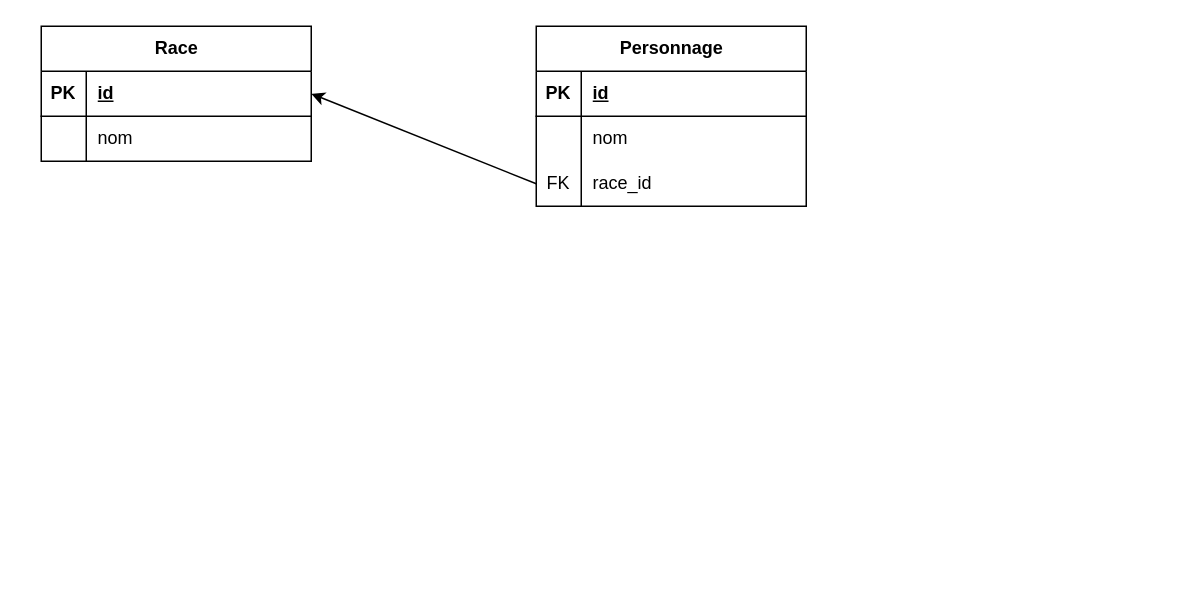
Before: seigneur_Des_anneaux.drawio in Caven15/demo_sql_alchemy, a draw.io diagram. Source tidied: cells renumbered, new cells numbered last; positions are measured from the earlier drawing's top-left corner, leaving out a move shared by most shapes. Both pictures are drawn from the tidied source at 150%, with x=0, y=0 at pixel (40, 26).
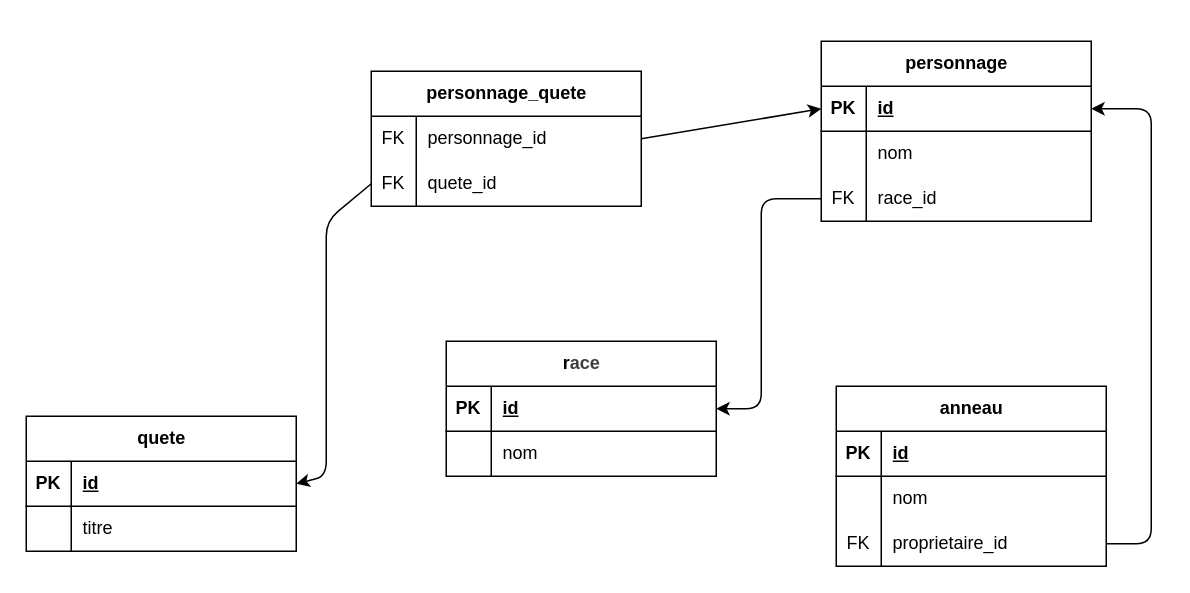
The same diagram, later.

Unchanged cells that the change refers to:
```xml
<mxCell id="3" style="shape=tableRow;horizontal=0;startSize=0;swimlaneHead=0;swimlaneBody=0;fillColor=none;points=[[0,0.5],[1,0.5]];portConstraint=eastwest;top=0;left=0;right=0;bottom=1;" parent="2" vertex="1">
  <mxGeometry y="30" width="180" height="30" as="geometry" />
</mxCell>
<mxCell id="10" style="shape=tableRow;horizontal=0;startSize=0;swimlaneHead=0;swimlaneBody=0;fillColor=none;points=[[0,0.5],[1,0.5]];portConstraint=eastwest;top=0;left=0;right=0;bottom=1;" parent="9" vertex="1">
  <mxGeometry y="30" width="180" height="30" as="geometry" />
</mxCell>
<mxCell id="16" style="shape=tableRow;horizontal=0;startSize=0;swimlaneHead=0;swimlaneBody=0;fillColor=none;points=[[0,0.5],[1,0.5]];portConstraint=eastwest;top=0;left=0;right=0;bottom=0;" parent="9" vertex="1">
  <mxGeometry y="90" width="180" height="30" as="geometry" />
</mxCell>
```

Diff of the diagram source:
```diff
@@
-    <mxCell id="2" value="Race" style="shape=table;startSize=30;childLayout=tableLayout;rowLines=0;fontStyle=1;align=center;html=1;" parent="1" vertex="1">
-      <mxGeometry width="180" height="90" as="geometry" />
+    <mxCell id="2" value="r&lt;span style=&quot;color: rgb(63, 63, 63); background-color: transparent;&quot;&gt;ace&lt;/span&gt;" style="shape=table;startSize=30;childLayout=tableLayout;rowLines=0;fontStyle=1;align=center;html=1;" parent="1" vertex="1">
+      <mxGeometry x="270" y="210" width="180" height="90" as="geometry" />
     </mxCell>
@@
-    <mxCell id="9" value="Personnage" style="shape=table;startSize=30;childLayout=tableLayout;rowLines=0;fontStyle=1;align=center;html=1;" parent="1" vertex="1">
-      <mxGeometry x="330" width="180" height="120" as="geometry" />
+    <mxCell id="9" value="personnage" style="shape=table;startSize=30;childLayout=tableLayout;rowLines=0;fontStyle=1;align=center;html=1;" parent="1" vertex="1">
+      <mxGeometry x="520" y="10" width="180" height="120" as="geometry" />
     </mxCell>
@@
     <mxCell id="19" style="edgeStyle=none;html=1;exitX=0;exitY=0.5;exitDx=0;exitDy=0;entryX=1;entryY=0.5;entryDx=0;entryDy=0;" parent="1" edge="1" source="16" target="3">
-      <mxGeometry relative="1" as="geometry" />
+      <mxGeometry relative="1" as="geometry">
+        <Array as="points">
+          <mxPoint x="480" y="115" />
+          <mxPoint x="480" y="255" />
+        </Array>
+      </mxGeometry>
     </mxCell>
+    <mxCell id="20" value="quete" style="shape=table;startSize=30;childLayout=tableLayout;rowLines=0;fontStyle=1;align=center;html=1;" parent="1" vertex="1">
+      <mxGeometry x="-10" y="260" width="180" height="90" as="geometry" />
+    </mxCell>
+    <mxCell id="21" style="shape=tableRow;horizontal=0;startSize=0;swimlaneHead=0;swimlaneBody=0;fillColor=none;points=[[0,0.5],[1,0.5]];portConstraint=eastwest;top=0;left=0;right=0;bottom=1;" parent="20" vertex="1">
+      <mxGeometry y="30" width="180" height="30" as="geometry" />
+    </mxCell>
+    <mxCell id="22" value="PK" style="shape=partialRectangle;fillColor=none;top=0;left=0;bottom=0;right=0;fontStyle=1;overflow=hidden;whiteSpace=wrap;html=1;" parent="21" vertex="1">
+      <mxGeometry width="30" height="30" as="geometry" />
+    </mxCell>
+    <mxCell id="23" value="id" style="shape=partialRectangle;fillColor=none;top=0;left=0;bottom=0;right=0;align=left;spacingLeft=6;fontStyle=5;overflow=hidden;whiteSpace=wrap;html=1;" parent="21" vertex="1">
+      <mxGeometry x="30" width="150" height="30" as="geometry" />
+    </mxCell>
+    <mxCell id="24" style="shape=tableRow;horizontal=0;startSize=0;swimlaneHead=0;swimlaneBody=0;fillColor=none;top=0;left=0;right=0;bottom=0;" parent="20" vertex="1">
+      <mxGeometry y="60" width="180" height="30" as="geometry" />
+    </mxCell>
+    <mxCell id="25" style="shape=partialRectangle;fillColor=none;top=0;left=0;bottom=0;right=0;overflow=hidden;whiteSpace=wrap;html=1;" parent="24" vertex="1">
+      <mxGeometry width="30" height="30" as="geometry" />
+    </mxCell>
+    <mxCell id="26" value="titre" style="shape=partialRectangle;fillColor=none;top=0;left=0;bottom=0;right=0;align=left;spacingLeft=6;overflow=hidden;whiteSpace=wrap;html=1;" parent="24" vertex="1">
+      <mxGeometry x="30" width="150" height="30" as="geometry" />
+    </mxCell>
+    <mxCell id="27" value="personnage_quete" style="shape=table;startSize=30;childLayout=tableLayout;rowLines=0;fontStyle=1;align=center;html=1;" parent="1" vertex="1">
+      <mxGeometry x="220" y="30" width="180" height="90" as="geometry" />
+    </mxCell>
+    <mxCell id="28" style="shape=tableRow;horizontal=0;startSize=0;swimlaneHead=0;swimlaneBody=0;fillColor=none;points=[[0,0.5],[1,0.5]];portConstraint=eastwest;top=0;left=0;right=0;bottom=0;" parent="27" vertex="1">
+      <mxGeometry y="30" width="180" height="30" as="geometry" />
+    </mxCell>
+    <mxCell id="29" value="FK" style="shape=partialRectangle;fillColor=none;top=0;left=0;bottom=0;right=0;fontStyle=0;overflow=hidden;whiteSpace=wrap;html=1;" parent="28" vertex="1">
+      <mxGeometry width="30" height="30" as="geometry" />
+    </mxCell>
+    <mxCell id="30" value="personnage_id" style="shape=partialRectangle;fillColor=none;top=0;left=0;bottom=0;right=0;align=left;spacingLeft=6;fontStyle=0;overflow=hidden;whiteSpace=wrap;html=1;" parent="28" vertex="1">
+      <mxGeometry x="30" width="150" height="30" as="geometry" />
+    </mxCell>
+    <mxCell id="31" style="shape=tableRow;horizontal=0;startSize=0;swimlaneHead=0;swimlaneBody=0;fillColor=none;points=[[0,0.5],[1,0.5]];portConstraint=eastwest;top=0;left=0;right=0;bottom=0;" parent="27" vertex="1">
+      <mxGeometry y="60" width="180" height="30" as="geometry" />
+    </mxCell>
+    <mxCell id="32" value="FK" style="shape=partialRectangle;fillColor=none;top=0;left=0;bottom=0;right=0;fontStyle=0;overflow=hidden;whiteSpace=wrap;html=1;" parent="31" vertex="1">
+      <mxGeometry width="30" height="30" as="geometry" />
+    </mxCell>
+    <mxCell id="33" value="quete_id" style="shape=partialRectangle;fillColor=none;top=0;left=0;bottom=0;right=0;align=left;spacingLeft=6;fontStyle=0;overflow=hidden;whiteSpace=wrap;html=1;" parent="31" vertex="1">
+      <mxGeometry x="30" width="150" height="30" as="geometry" />
+    </mxCell>
+    <mxCell id="34" style="edgeStyle=none;html=1;exitX=0;exitY=0.5;exitDx=0;exitDy=0;entryX=1;entryY=0.5;entryDx=0;entryDy=0;" parent="1" edge="1" source="31" target="21">
+      <mxGeometry relative="1" as="geometry">
+        <Array as="points">
+          <mxPoint x="190" y="130" />
+          <mxPoint x="190" y="300" />
+        </Array>
+      </mxGeometry>
+    </mxCell>
+    <mxCell id="35" style="edgeStyle=none;html=1;exitX=1;exitY=0.5;exitDx=0;exitDy=0;entryX=0;entryY=0.5;entryDx=0;entryDy=0;" parent="1" edge="1" source="28" target="10">
+      <mxGeometry relative="1" as="geometry" />
+    </mxCell>
+    <mxCell id="36" value="anneau" style="shape=table;startSize=30;childLayout=tableLayout;rowLines=0;fontStyle=1;align=center;html=1;" parent="1" vertex="1">
+      <mxGeometry x="530" y="240" width="180" height="120" as="geometry" />
+    </mxCell>
+    <mxCell id="37" style="shape=tableRow;horizontal=0;startSize=0;swimlaneHead=0;swimlaneBody=0;fillColor=none;top=0;left=0;right=0;bottom=1;" parent="36" vertex="1">
+      <mxGeometry y="30" width="180" height="30" as="geometry" />
+    </mxCell>
+    <mxCell id="38" value="PK" style="shape=partialRectangle;fillColor=none;top=0;left=0;bottom=0;right=0;fontStyle=1;overflow=hidden;whiteSpace=wrap;html=1;" parent="37" vertex="1">
+      <mxGeometry width="30" height="30" as="geometry" />
+    </mxCell>
+    <mxCell id="39" value="id" style="shape=partialRectangle;fillColor=none;top=0;left=0;bottom=0;right=0;align=left;spacingLeft=6;fontStyle=5;overflow=hidden;whiteSpace=wrap;html=1;" parent="37" vertex="1">
+      <mxGeometry x="30" width="150" height="30" as="geometry" />
+    </mxCell>
+    <mxCell id="40" style="shape=tableRow;horizontal=0;startSize=0;swimlaneHead=0;swimlaneBody=0;fillColor=none;top=0;left=0;right=0;bottom=0;" parent="36" vertex="1">
+      <mxGeometry y="60" width="180" height="30" as="geometry" />
+    </mxCell>
+    <mxCell id="41" style="shape=partialRectangle;fillColor=none;top=0;left=0;bottom=0;right=0;overflow=hidden;whiteSpace=wrap;html=1;" parent="40" vertex="1">
+      <mxGeometry width="30" height="30" as="geometry" />
+    </mxCell>
+    <mxCell id="42" value="nom" style="shape=partialRectangle;fillColor=none;top=0;left=0;bottom=0;right=0;align=left;spacingLeft=6;overflow=hidden;whiteSpace=wrap;html=1;" parent="40" vertex="1">
+      <mxGeometry x="30" width="150" height="30" as="geometry" />
+    </mxCell>
+    <mxCell id="43" style="shape=tableRow;horizontal=0;startSize=0;swimlaneHead=0;swimlaneBody=0;fillColor=none;points=[[0,0.5],[1,0.5]];portConstraint=eastwest;top=0;left=0;right=0;bottom=0;" parent="36" vertex="1">
+      <mxGeometry y="90" width="180" height="30" as="geometry" />
+    </mxCell>
+    <mxCell id="44" value="FK" style="shape=partialRectangle;fillColor=none;top=0;left=0;bottom=0;right=0;fontStyle=0;overflow=hidden;whiteSpace=wrap;html=1;" parent="43" vertex="1">
+      <mxGeometry width="30" height="30" as="geometry" />
+    </mxCell>
+    <mxCell id="45" value="proprietaire_id" style="shape=partialRectangle;fillColor=none;top=0;left=0;bottom=0;right=0;align=left;spacingLeft=6;fontStyle=0;overflow=hidden;whiteSpace=wrap;html=1;" parent="43" vertex="1">
+      <mxGeometry x="30" width="150" height="30" as="geometry" />
+    </mxCell>
+    <mxCell id="46" style="edgeStyle=none;html=1;exitX=1;exitY=0.5;exitDx=0;exitDy=0;entryX=1;entryY=0.5;entryDx=0;entryDy=0;" parent="1" edge="1" source="43" target="10">
+      <mxGeometry relative="1" as="geometry">
+        <Array as="points">
+          <mxPoint x="740" y="345" />
+          <mxPoint x="740" y="55" />
+        </Array>
+      </mxGeometry>
+    </mxCell>
```
